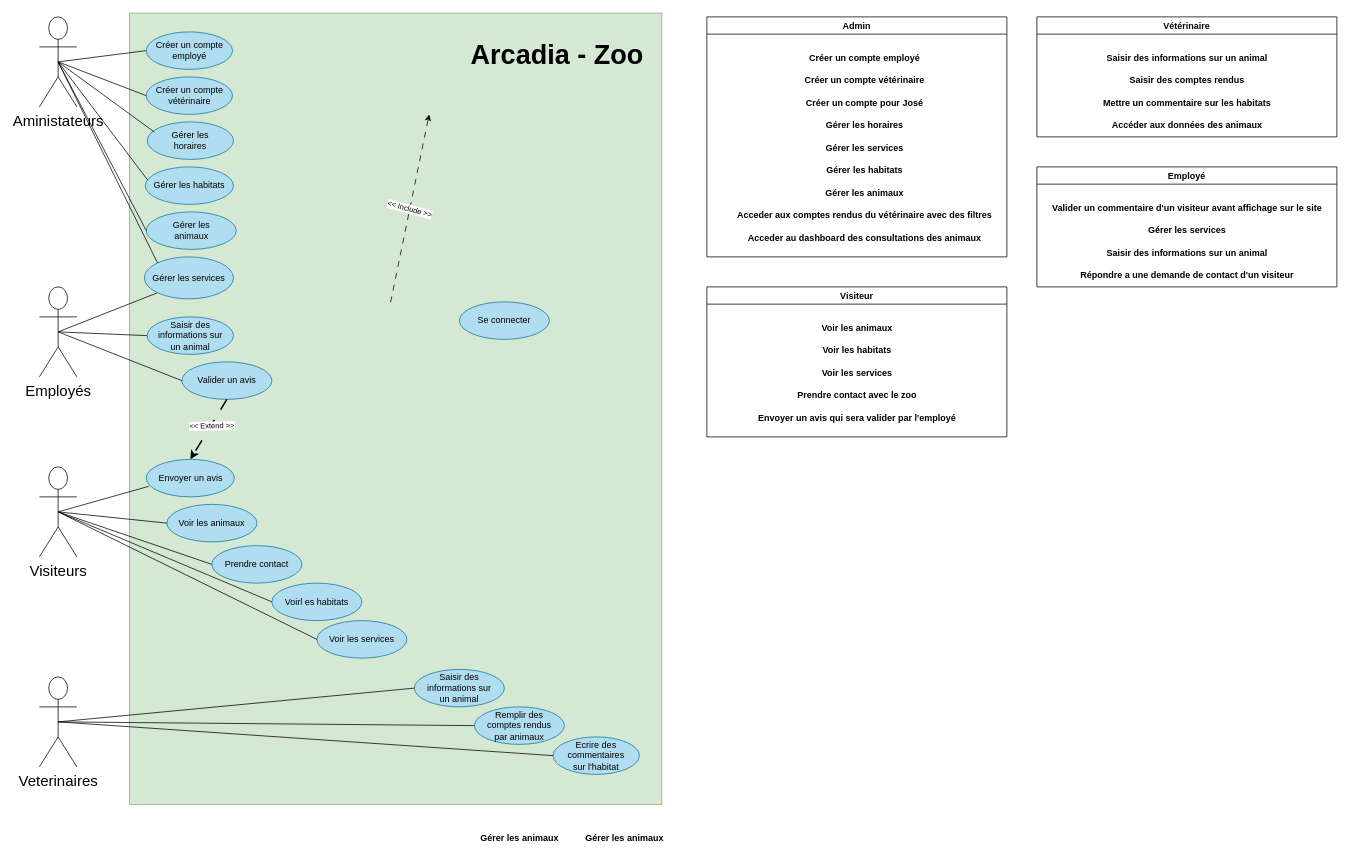
The draw.io diagram Arcadia_zoo.drawio in Mike-mg/Arcadia_Zoo, before the edit. Source tidied: cells renumbered, new cells numbered last; positions are measured from the earlier drawing's top-left corner, leaving out a move shared by most shapes. Both pictures are drawn from the tidied source at 75%, with x=0, y=0 at pixel (39, 13).
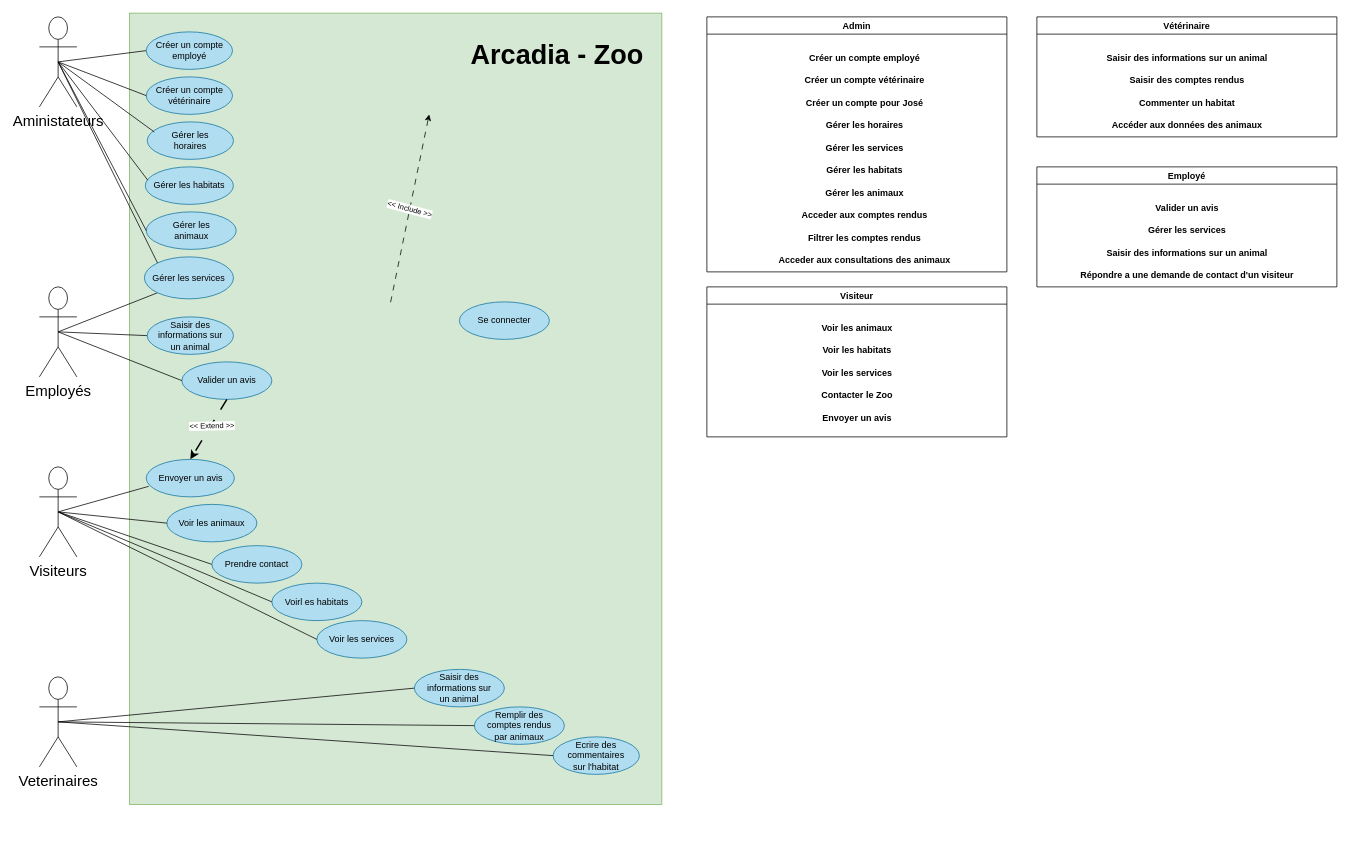
The same diagram, later.

Commit message:
Mettre à jour Arcadia_zoo.drawio

The change refers to these unchanged cells:
```xml
<mxCell id="46" value="Visiteur" style="swimlane;whiteSpace=wrap;html=1;" parent="1" vertex="1">
  <mxGeometry x="890" y="365" width="400" height="200" as="geometry" />
</mxCell>
<mxCell id="62" value="Employé" style="swimlane;whiteSpace=wrap;html=1;" parent="1" vertex="1">
  <mxGeometry x="1330" y="205" width="400" height="160" as="geometry" />
</mxCell>
<mxCell id="67" value="Vétérinaire" style="swimlane;whiteSpace=wrap;html=1;" parent="1" vertex="1">
  <mxGeometry x="1330" y="5" width="400" height="160" as="geometry" />
</mxCell>
```

Diff of the diagram source:
```diff
@@
-    <mxCell id="50" value="Prendre contact avec le zoo" style="text;html=1;align=center;verticalAlign=middle;strokeColor=none;fillColor=none;fontStyle=1;" parent="46" vertex="1">
-      <mxGeometry x="115" y="130" width="170" height="30" as="geometry" />
+    <mxCell id="50" value="Contacter le Zoo" style="text;html=1;align=center;verticalAlign=middle;strokeColor=none;fillColor=none;fontStyle=1;" parent="46" vertex="1">
+      <mxGeometry x="145" y="130" width="110" height="30" as="geometry" />
     </mxCell>
-    <mxCell id="51" value="Envoyer un avis qui sera valider par l'employé" style="text;html=1;align=center;verticalAlign=middle;strokeColor=none;fillColor=none;fontStyle=1;" parent="46" vertex="1">
-      <mxGeometry x="65" y="160" width="270" height="30" as="geometry" />
+    <mxCell id="51" value="Envoyer un avis" style="text;html=1;align=center;verticalAlign=middle;strokeColor=none;fillColor=none;fontStyle=1;" parent="46" vertex="1">
+      <mxGeometry x="145" y="160" width="110" height="30" as="geometry" />
     </mxCell>
     <mxCell id="52" value="Admin" style="swimlane;whiteSpace=wrap;html=1;" parent="1" vertex="1">
-      <mxGeometry x="890" y="5" width="400" height="320" as="geometry" />
+      <mxGeometry x="890" y="5" width="400" height="340" as="geometry" />
     </mxCell>
@@
-    <mxCell id="59" value="Acceder au dashboard des consultations des animaux" style="text;html=1;align=center;verticalAlign=middle;strokeColor=none;fillColor=none;fontStyle=1;" parent="52" vertex="1">
-      <mxGeometry x="55" y="280" width="310" height="30" as="geometry" />
+    <mxCell id="59" value="Acceder aux consultations des animaux" style="text;html=1;align=center;verticalAlign=middle;strokeColor=none;fillColor=none;fontStyle=1;" parent="52" vertex="1">
+      <mxGeometry x="95" y="310" width="230" height="30" as="geometry" />
     </mxCell>
-    <mxCell id="60" value="Acceder aux comptes rendus du vétérinaire avec des filtres" style="text;html=1;align=center;verticalAlign=middle;strokeColor=none;fillColor=none;fontStyle=1;" parent="52" vertex="1">
-      <mxGeometry x="40" y="250" width="340" height="30" as="geometry" />
+    <mxCell id="60" value="Acceder aux comptes rendus" style="text;html=1;align=center;verticalAlign=middle;strokeColor=none;fillColor=none;fontStyle=1;" parent="52" vertex="1">
+      <mxGeometry x="120" y="250" width="180" height="30" as="geometry" />
     </mxCell>
@@
+    <mxCell id="74" value="Filtrer les comptes rendus" style="text;html=1;align=center;verticalAlign=middle;strokeColor=none;fillColor=none;fontStyle=1;" parent="52" vertex="1">
+      <mxGeometry x="130" y="280" width="160" height="30" as="geometry" />
+    </mxCell>
@@
-    <mxCell id="63" value="Valider un commentaire d'un visiteur avant affichage sur le site" style="text;html=1;align=center;verticalAlign=middle;strokeColor=none;fillColor=none;fontStyle=1;" parent="62" vertex="1">
-      <mxGeometry x="20" y="40" width="360" height="30" as="geometry" />
+    <mxCell id="63" value="Valider un avis" style="text;html=1;align=center;verticalAlign=middle;strokeColor=none;fillColor=none;fontStyle=1;" parent="62" vertex="1">
+      <mxGeometry x="150" y="40" width="100" height="30" as="geometry" />
     </mxCell>
@@
-    <mxCell id="69" value="Mettre un commentaire sur les habitats" style="text;html=1;align=center;verticalAlign=middle;strokeColor=none;fillColor=none;fontStyle=1;" parent="67" vertex="1">
-      <mxGeometry x="85" y="100" width="230" height="30" as="geometry" />
+    <mxCell id="69" value="Commenter un habitat" style="text;html=1;align=center;verticalAlign=middle;strokeColor=none;fillColor=none;fontStyle=1;" parent="67" vertex="1">
+      <mxGeometry x="130" y="100" width="140" height="30" as="geometry" />
     </mxCell>
@@
-    <mxCell id="72" value="Gérer les animaux" style="text;html=1;align=center;verticalAlign=middle;strokeColor=none;fillColor=none;fontStyle=1;" parent="1" vertex="1">
-      <mxGeometry x="720" y="1085" width="120" height="30" as="geometry" />
-    </mxCell>
-    <mxCell id="73" value="Gérer les animaux" style="text;html=1;align=center;verticalAlign=middle;strokeColor=none;fillColor=none;fontStyle=1;" parent="1" vertex="1">
-      <mxGeometry x="580" y="1085" width="120" height="30" as="geometry" />
-    </mxCell>
```
